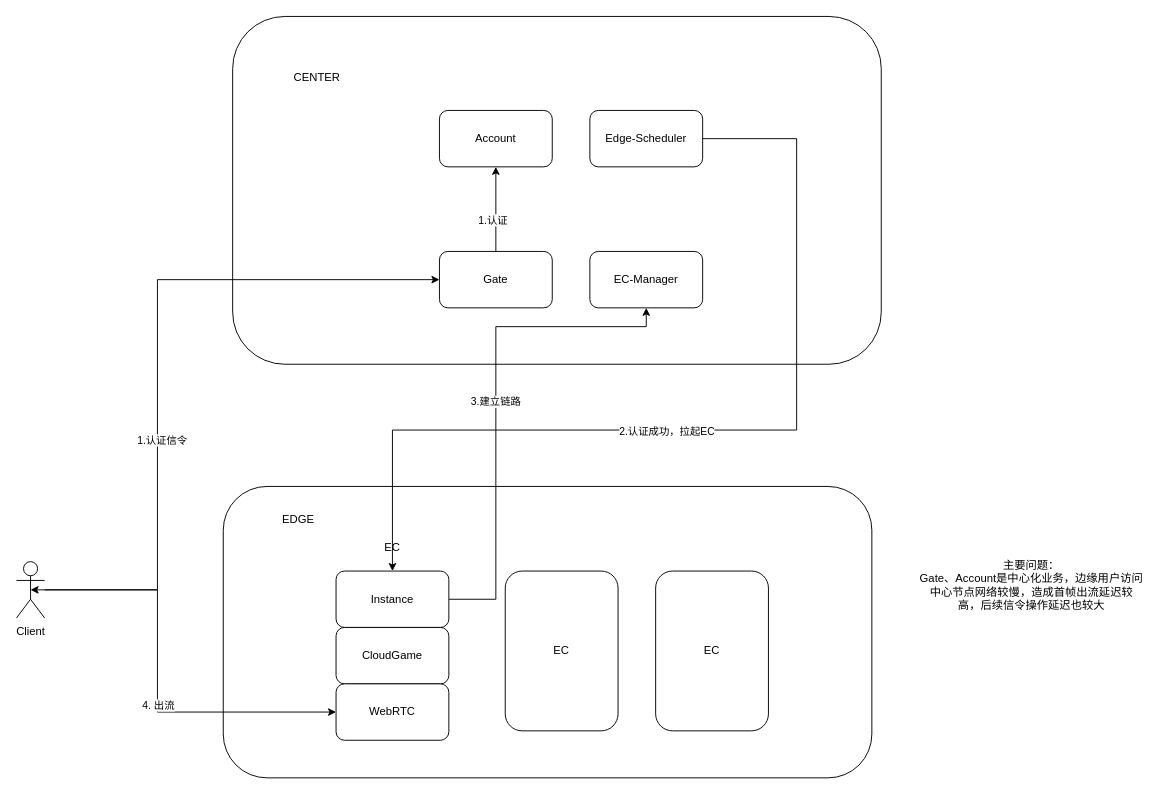
This is 云游戏架构.drawio from furick/design, a draw.io file, before an edit. Source tidied: cells renumbered, new cells numbered last; positions are measured from the earlier drawing's top-left corner, leaving out a move shared by most shapes. Both pictures are drawn from the tidied source at 94%, with x=0, y=0 at pixel (16, 16).
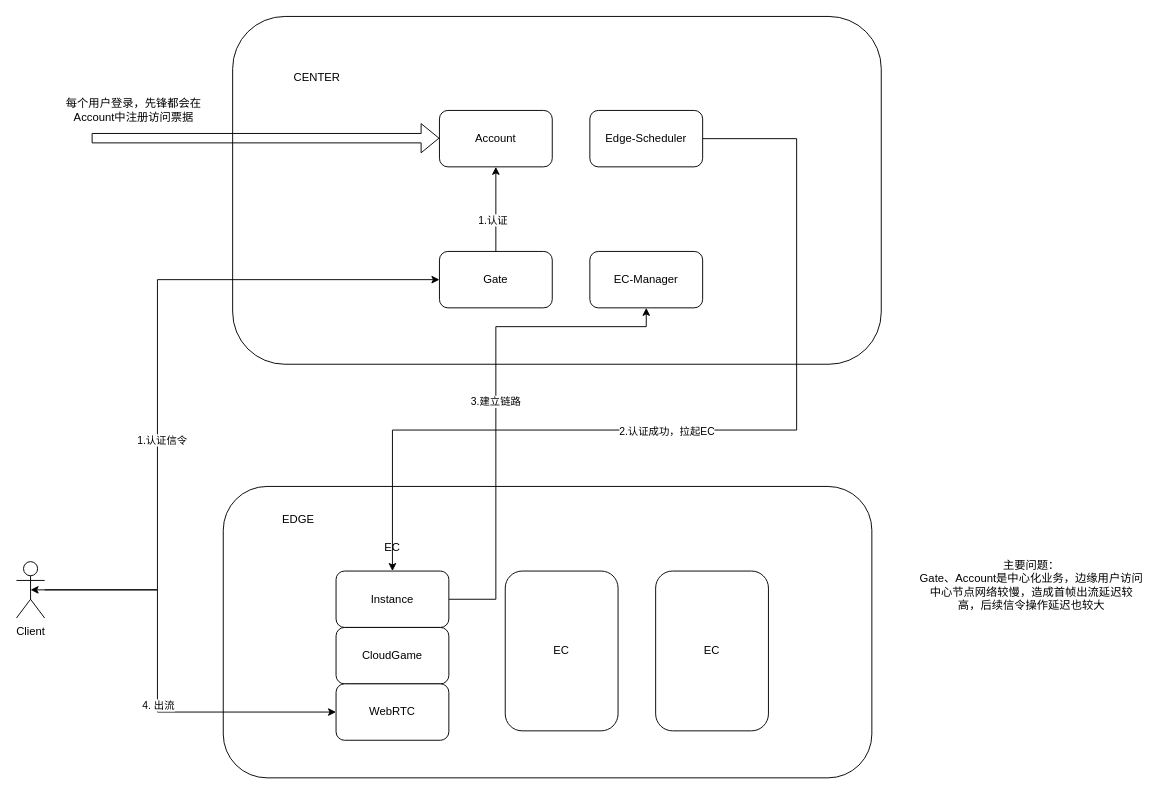
The same page after the edit.

Commit message (it also covers changes not shown here):
更新云游戏架构.drawio

Diff of the diagram source:
```diff
@@
+    <mxCell id="27" style="shape=flexArrow;endArrow=classic;html=1;rounded=0;" parent="1" edge="1">
+      <mxGeometry relative="1" as="geometry">
+        <mxPoint x="80" y="129.5" as="sourcePoint" />
+        <mxPoint x="450" y="129.5" as="targetPoint" />
+      </mxGeometry>
+    </mxCell>
+    <mxCell id="28" value="每个用户登录，先锋都会在Account中注册访问票据" style="text;html=1;strokeColor=none;fillColor=none;align=center;verticalAlign=middle;whiteSpace=wrap;rounded=0;" parent="1" vertex="1">
+      <mxGeometry x="50" y="80" width="150" height="40" as="geometry" />
+    </mxCell>
```
